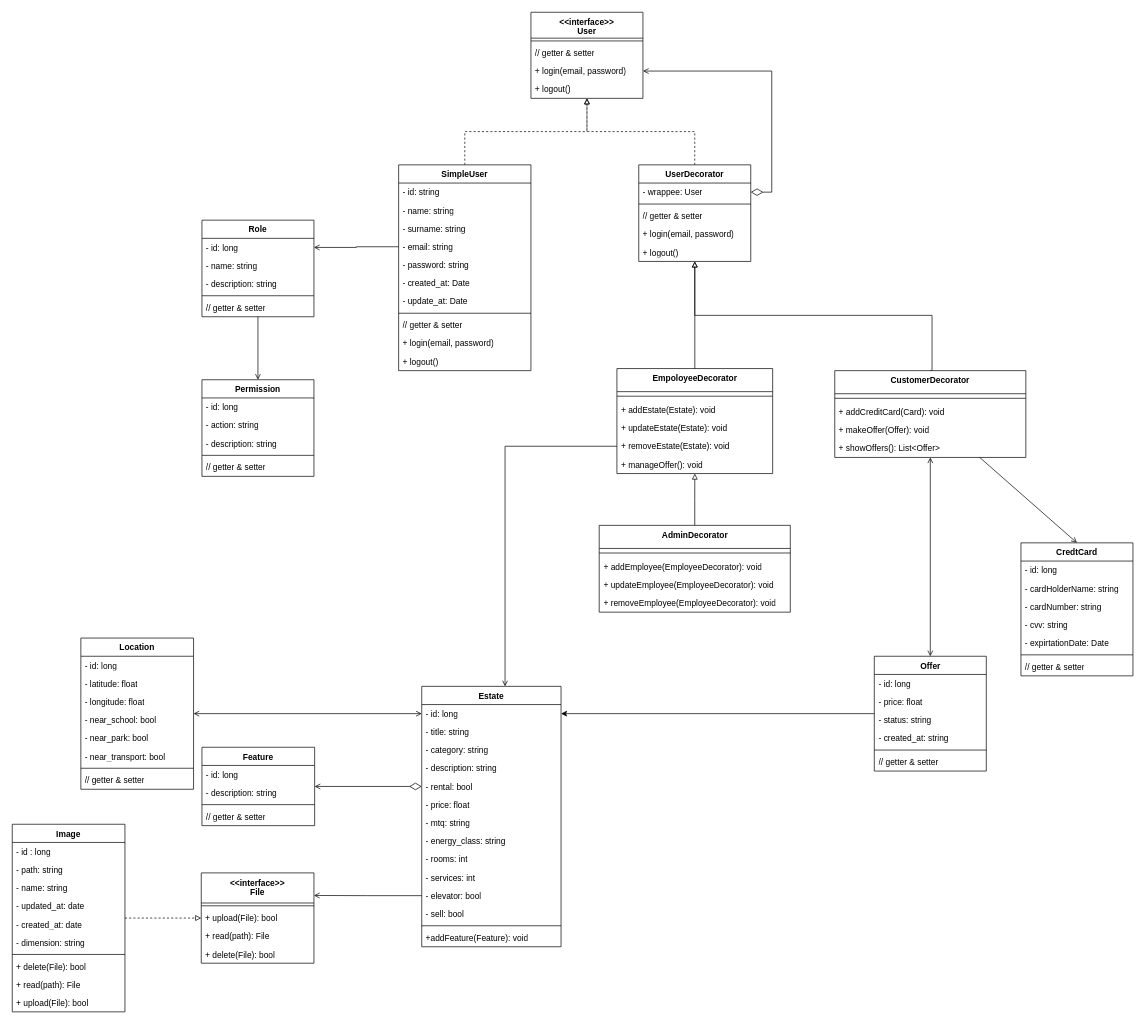
Before: page "v.1.1" (2 of 2) of documentazione/class-diagram.drawio in Lucalorenzo004/DietiEstates25, a draw.io diagram. Source tidied: cells renumbered, new cells numbered last; positions are measured from the earlier drawing's top-left corner, leaving out a move shared by most shapes. Both pictures are drawn from the tidied source at 70%, with x=0, y=0 at pixel (12, 12).
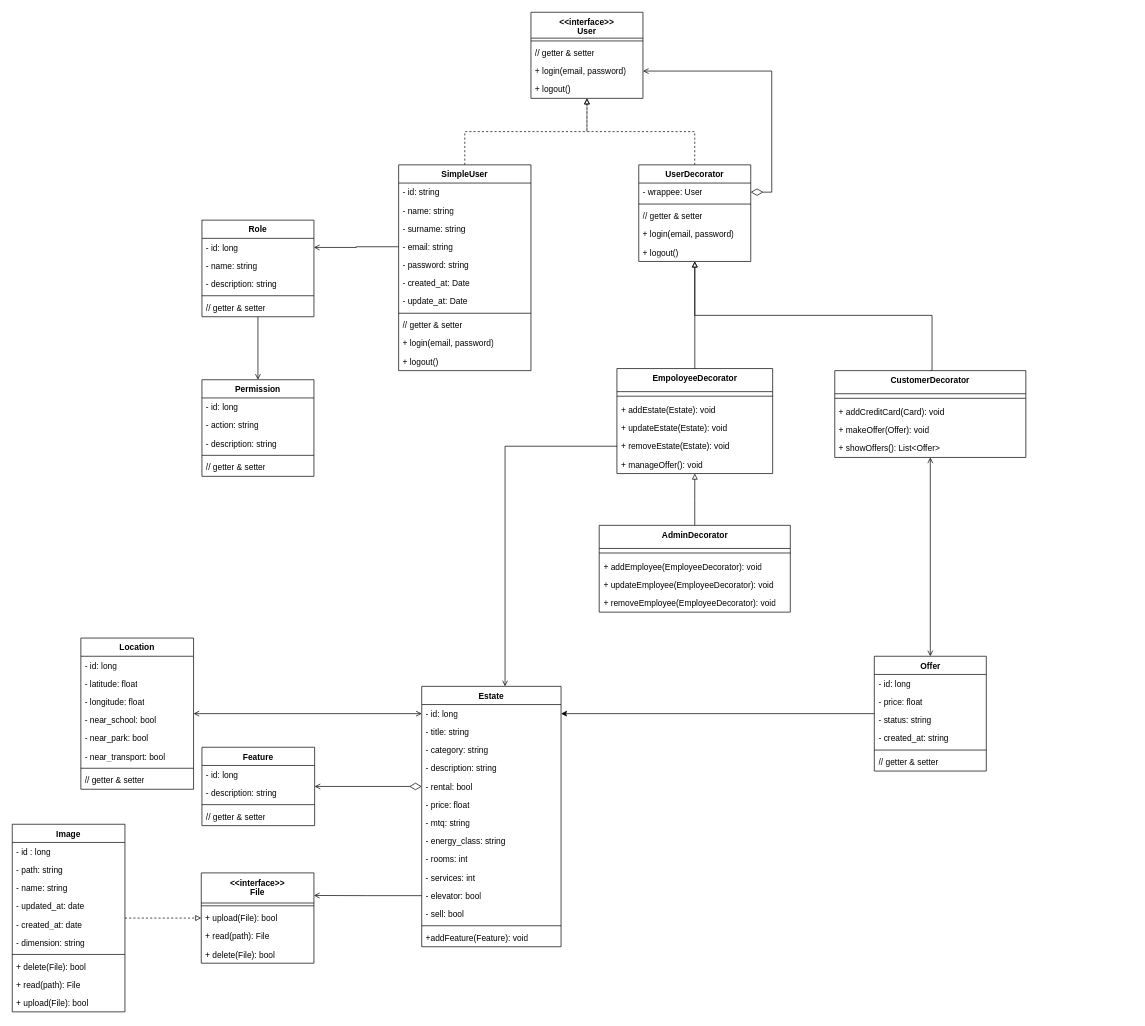
Above is the later version.

Unchanged cells that the change refers to:
```xml
<mxCell id="114" value="CustomerDecorator" style="swimlane;fontStyle=1;align=center;verticalAlign=top;horizontal=1;startSize=33;whiteSpace=wrap;html=1;" parent="1" vertex="1">
  <mxGeometry x="1175" y="512" width="273" height="124" as="geometry" />
</mxCell>
```

Change to the diagram source:
```diff
@@
-    <mxCell id="113" style="rounded=0;jettySize=auto;html=1;entryX=0.5;entryY=0;entryDx=0;entryDy=0;endArrow=open;endFill=0;" parent="1" edge="1" source="114" target="119">
-      <mxGeometry relative="1" as="geometry" />
-    </mxCell>
@@
-    <mxCell id="119" value="CredtCard" style="swimlane;fontStyle=1;align=center;verticalAlign=top;horizontal=1;startSize=26;whiteSpace=wrap;html=1;" parent="1" vertex="1">
-      <mxGeometry x="1441" y="758" width="160" height="190" as="geometry" />
-    </mxCell>
-    <mxCell id="120" value="- id: long" style="text;strokeColor=none;fillColor=none;align=left;verticalAlign=top;spacingLeft=4;spacingRight=4;overflow=hidden;whiteSpace=wrap;html=1;" parent="119" vertex="1">
-      <mxGeometry y="26" width="160" height="26" as="geometry" />
-    </mxCell>
-    <mxCell id="121" value="- cardHolderName: string" style="text;strokeColor=none;fillColor=none;align=left;verticalAlign=top;spacingLeft=4;spacingRight=4;overflow=hidden;whiteSpace=wrap;html=1;" parent="119" vertex="1">
-      <mxGeometry y="52" width="160" height="26" as="geometry" />
-    </mxCell>
-    <mxCell id="122" value="- cardNumber: string" style="text;strokeColor=none;fillColor=none;align=left;verticalAlign=top;spacingLeft=4;spacingRight=4;overflow=hidden;whiteSpace=wrap;html=1;" parent="119" vertex="1">
-      <mxGeometry y="78" width="160" height="26" as="geometry" />
-    </mxCell>
-    <mxCell id="123" value="- cvv: string" style="text;strokeColor=none;fillColor=none;align=left;verticalAlign=top;spacingLeft=4;spacingRight=4;overflow=hidden;whiteSpace=wrap;html=1;" parent="119" vertex="1">
-      <mxGeometry y="104" width="160" height="26" as="geometry" />
-    </mxCell>
-    <mxCell id="124" value="- expirtationDate: Date" style="text;strokeColor=none;fillColor=none;align=left;verticalAlign=top;spacingLeft=4;spacingRight=4;overflow=hidden;whiteSpace=wrap;html=1;" parent="119" vertex="1">
-      <mxGeometry y="130" width="160" height="26" as="geometry" />
-    </mxCell>
-    <mxCell id="125" style="line;strokeWidth=1;fillColor=none;align=left;verticalAlign=middle;spacingTop=-1;spacingLeft=3;spacingRight=3;labelPosition=right;strokeColor=inherit;" parent="119" vertex="1">
-      <mxGeometry y="156" width="160" height="8" as="geometry" />
-    </mxCell>
-    <mxCell id="126" value="// getter &amp;amp; setter" style="text;strokeColor=none;fillColor=none;align=left;verticalAlign=top;spacingLeft=4;spacingRight=4;overflow=hidden;whiteSpace=wrap;html=1;" parent="119" vertex="1">
-      <mxGeometry y="164" width="160" height="26" as="geometry" />
-    </mxCell>
```
